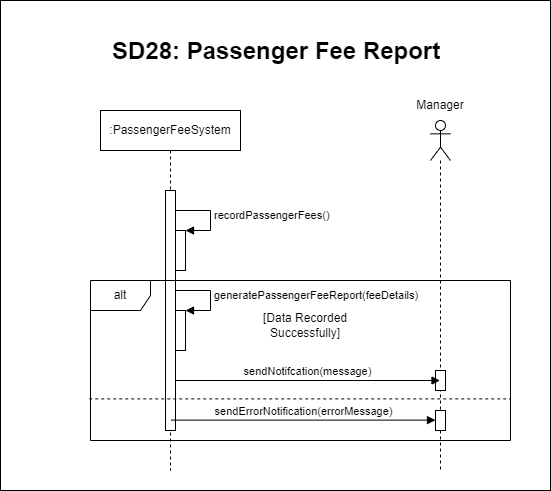
The draw.io diagram Diagramms/Sequence Diagrams/SequenceDiagram28.png in Smr002/Group01_Airport_Management_System, before a commit. Source tidied: cells renumbered, new cells last; positions are measured from the earlier drawing's top-left corner, leaving out a move shared by most shapes. Source of this version:
```xml
<mxGraphModel>
  <root>
    <mxCell id="0" />
    <mxCell id="1" parent="0" />
    <mxCell id="2" style="rounded=0;whiteSpace=wrap;html=1;" parent="1" vertex="1">
      <mxGeometry width="550" height="490" as="geometry" />
    </mxCell>
    <mxCell id="3" value="&lt;h1 style=&quot;margin-top: 0px;&quot;&gt;SD28: Passenger Fee Report&lt;/h1&gt;" style="text;html=1;whiteSpace=wrap;overflow=hidden;rounded=0;" parent="1" vertex="1">
      <mxGeometry x="110" y="30" width="390" height="50" as="geometry" />
    </mxCell>
    <mxCell id="4" value=":PassengerFeeSystem" style="shape=umlLifeline;perimeter=lifelinePerimeter;whiteSpace=wrap;html=1;newEdgeStyle={&quot;edgeStyle&quot;:&quot;elbowEdgeStyle&quot;,&quot;elbow&quot;:&quot;vertical&quot;,&quot;curved&quot;:0,&quot;rounded&quot;:0};" parent="1" vertex="1">
      <mxGeometry x="100" y="110" width="140" height="360" as="geometry" />
    </mxCell>
    <mxCell id="5" style="html=1;perimeter=orthogonalPerimeter;targetShapes=umlLifeline;newEdgeStyle={&quot;edgeStyle&quot;:&quot;elbowEdgeStyle&quot;,&quot;elbow&quot;:&quot;vertical&quot;,&quot;curved&quot;:0,&quot;rounded&quot;:0};" parent="4" vertex="1">
      <mxGeometry x="65" y="80" width="10" height="240" as="geometry" />
    </mxCell>
    <mxCell id="6" style="html=1;points=[[0,0,0,0,5],[0,1,0,0,-5],[1,0,0,0,5],[1,1,0,0,-5]];perimeter=orthogonalPerimeter;outlineConnect=0;targetShapes=umlLifeline;portConstraint=eastwest;newEdgeStyle={&quot;curved&quot;:0,&quot;rounded&quot;:0};" parent="4" vertex="1">
      <mxGeometry x="75" y="120" width="10" height="40" as="geometry" />
    </mxCell>
    <mxCell id="7" value="recordPassengerFees()" style="html=1;align=left;spacingLeft=2;endArrow=block;rounded=0;edgeStyle=orthogonalEdgeStyle;curved=0;rounded=0;" parent="4" edge="1" target="6">
      <mxGeometry relative="1" as="geometry">
        <mxPoint x="75" y="100" as="sourcePoint" />
        <Array as="points">
          <mxPoint x="110" y="100" />
          <mxPoint x="110" y="120" />
        </Array>
      </mxGeometry>
    </mxCell>
    <mxCell id="8" style="html=1;points=[[0,0,0,0,5],[0,1,0,0,-5],[1,0,0,0,5],[1,1,0,0,-5]];perimeter=orthogonalPerimeter;outlineConnect=0;targetShapes=umlLifeline;portConstraint=eastwest;newEdgeStyle={&quot;curved&quot;:0,&quot;rounded&quot;:0};" parent="4" vertex="1">
      <mxGeometry x="75" y="200" width="10" height="40" as="geometry" />
    </mxCell>
    <mxCell id="9" value="generatePassengerFeeReport(feeDetails)" style="html=1;align=left;spacingLeft=2;endArrow=block;rounded=0;edgeStyle=orthogonalEdgeStyle;curved=0;rounded=0;" parent="4" edge="1" target="8">
      <mxGeometry relative="1" as="geometry">
        <mxPoint x="75" y="180" as="sourcePoint" />
        <Array as="points">
          <mxPoint x="110" y="180" />
          <mxPoint x="110" y="200" />
        </Array>
      </mxGeometry>
    </mxCell>
    <mxCell id="10" style="shape=umlLifeline;perimeter=lifelinePerimeter;whiteSpace=wrap;html=1;newEdgeStyle={&quot;curved&quot;:0,&quot;rounded&quot;:0};participant=umlActor;" parent="1" vertex="1">
      <mxGeometry x="430" y="120" width="20" height="350" as="geometry" />
    </mxCell>
    <mxCell id="11" style="html=1;perimeter=orthogonalPerimeter;targetShapes=umlLifeline;newEdgeStyle={&quot;curved&quot;:0,&quot;rounded&quot;:0};" parent="10" vertex="1">
      <mxGeometry x="5" y="250" width="10" height="20" as="geometry" />
    </mxCell>
    <mxCell id="12" value="sendNotifcation(message)" style="html=1;verticalAlign=bottom;endArrow=block;curved=0;rounded=0;" parent="1" edge="1">
      <mxGeometry relative="1" as="geometry">
        <mxPoint x="175" y="380" as="sourcePoint" />
        <mxPoint x="439.5" y="380" as="targetPoint" />
      </mxGeometry>
    </mxCell>
    <mxCell id="13" value="Manager" style="text;strokeColor=none;align=center;fillColor=none;html=1;verticalAlign=middle;whiteSpace=wrap;rounded=0;" parent="1" vertex="1">
      <mxGeometry x="410" y="90" width="60" height="30" as="geometry" />
    </mxCell>
    <mxCell id="14" value="alt" style="shape=umlFrame;whiteSpace=wrap;html=1;" parent="1" vertex="1">
      <mxGeometry x="90" y="280" width="420" height="160" as="geometry" />
    </mxCell>
    <mxCell id="15" style="html=1;perimeter=orthogonalPerimeter;targetShapes=umlLifeline;newEdgeStyle={&quot;curved&quot;:0,&quot;rounded&quot;:0};" parent="1" vertex="1">
      <mxGeometry x="435" y="410" width="10" height="20" as="geometry" />
    </mxCell>
    <mxCell id="16" value="sendErrorNotification(errorMessage)" style="html=1;verticalAlign=bottom;endArrow=block;curved=0;rounded=0;" parent="1" edge="1">
      <mxGeometry relative="1" as="geometry">
        <mxPoint x="170.5" y="419.6" as="sourcePoint" />
        <mxPoint x="435" y="419.6" as="targetPoint" />
      </mxGeometry>
    </mxCell>
    <mxCell id="17" style="endArrow=none;dashed=1;html=1;rounded=0;exitX=-0.003;exitY=0.74;exitDx=0;exitDy=0;exitPerimeter=0;entryX=1;entryY=0.74;entryDx=0;entryDy=0;entryPerimeter=0;" parent="1" edge="1" source="14" target="14">
      <mxGeometry relative="1" as="geometry" />
    </mxCell>
    <mxCell id="18" value="[Data Recorded Successfully]" style="text;strokeColor=none;align=center;fillColor=none;html=1;verticalAlign=middle;whiteSpace=wrap;rounded=0;" parent="1" vertex="1">
      <mxGeometry x="235" y="310" width="140" height="30" as="geometry" />
    </mxCell>
  </root>
</mxGraphModel>
```
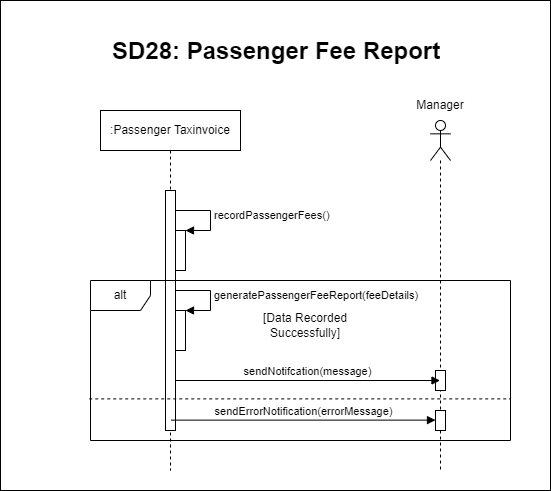
Later version of the same file.

The edit, as a diff of the source:
```diff
@@ -8,7 +8,7 @@
     <mxCell id="3" value="&lt;h1 style=&quot;margin-top: 0px;&quot;&gt;SD28: Passenger Fee Report&lt;/h1&gt;" style="text;html=1;whiteSpace=wrap;overflow=hidden;rounded=0;" parent="1" vertex="1">
       <mxGeometry x="110" y="30" width="390" height="50" as="geometry" />
     </mxCell>
-    <mxCell id="4" value=":PassengerFeeSystem" style="shape=umlLifeline;perimeter=lifelinePerimeter;whiteSpace=wrap;html=1;newEdgeStyle={&quot;edgeStyle&quot;:&quot;elbowEdgeStyle&quot;,&quot;elbow&quot;:&quot;vertical&quot;,&quot;curved&quot;:0,&quot;rounded&quot;:0};" parent="1" vertex="1">
+    <mxCell id="4" value=":Passenger Taxinvoice" style="shape=umlLifeline;perimeter=lifelinePerimeter;whiteSpace=wrap;html=1;newEdgeStyle={&quot;edgeStyle&quot;:&quot;elbowEdgeStyle&quot;,&quot;elbow&quot;:&quot;vertical&quot;,&quot;curved&quot;:0,&quot;rounded&quot;:0};" parent="1" vertex="1">
       <mxGeometry x="100" y="110" width="140" height="360" as="geometry" />
     </mxCell>
     <mxCell id="5" style="html=1;perimeter=orthogonalPerimeter;targetShapes=umlLifeline;newEdgeStyle={&quot;edgeStyle&quot;:&quot;elbowEdgeStyle&quot;,&quot;elbow&quot;:&quot;vertical&quot;,&quot;curved&quot;:0,&quot;rounded&quot;:0};" parent="4" vertex="1">
```
